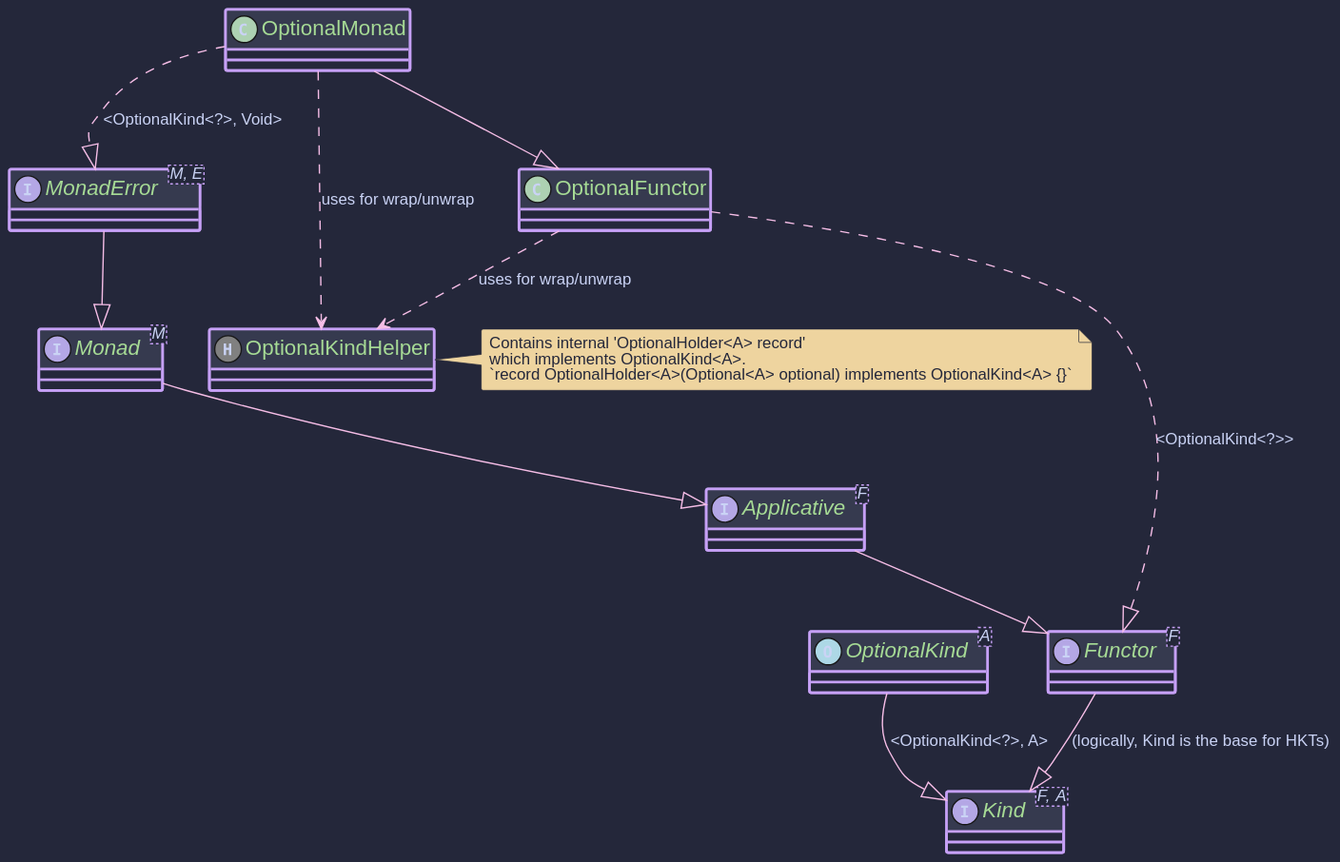
The PlantUML diagram hkj-book/src/images/puml/optional_monad.svg in higher-kinded-j/higher-kinded-j, before a commit. Source of this version:
```plantuml
@startuml
!include https://raw.githubusercontent.com/ncosta-ic/catppuccin-macchiato-plantuml-theme/main/theme.puml

interface "Kind<F, A>" as Kind
interface "Functor<F>" as Functor
interface "Applicative<F>" as Applicative
interface "Monad<M>" as MonadBase
interface "MonadError<M, E>" as MonadErrorBase

interface "OptionalKind<A>" as OptionalKindBase << (O,lightblue) >> {
}

class "OptionalKindHelper" as OptionalKindHelper << (H,grey) >> {
}
note right of OptionalKindHelper
Contains internal 'OptionalHolder<A> record'
which implements OptionalKind<A>.
`record OptionalHolder<A>(Optional<A> optional) implements OptionalKind<A> {}`
end note

class "OptionalFunctor" as OptionalFunctorImpl {
}
class "OptionalMonad" as OptionalMonadImpl {
}

MonadErrorBase --|> MonadBase
MonadBase --|> Applicative
Applicative --|> Functor
Functor --|> Kind : (logically, Kind is the base for HKTs)

OptionalKindBase --|> Kind : <OptionalKind<?>, A>

OptionalFunctorImpl ..|> Functor : <OptionalKind<?>>
OptionalMonadImpl --|> OptionalFunctorImpl
OptionalMonadImpl ..|> MonadErrorBase : <OptionalKind<?>, Void>

OptionalMonadImpl ..> OptionalKindHelper : uses for wrap/unwrap
OptionalFunctorImpl ..> OptionalKindHelper : uses for wrap/unwrap
@enduml
```
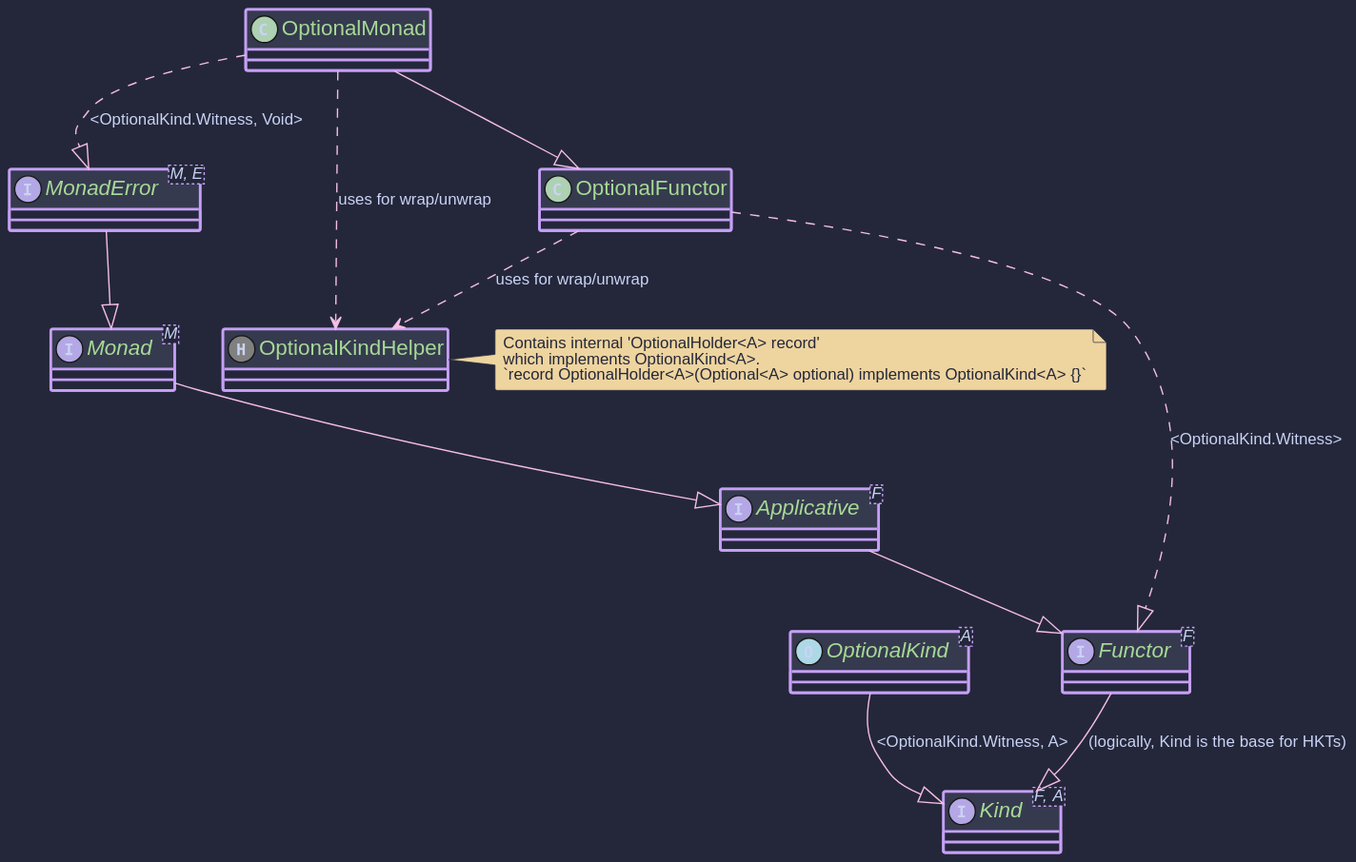
The same diagram one commit later.

Diff of the diagram source:
```diff
@@ -28,11 +28,11 @@
 Applicative --|> Functor
 Functor --|> Kind : (logically, Kind is the base for HKTs)
 
-OptionalKindBase --|> Kind : <OptionalKind<?>, A>
+OptionalKindBase --|> Kind : <OptionalKind.Witness, A>
 
-OptionalFunctorImpl ..|> Functor : <OptionalKind<?>>
+OptionalFunctorImpl ..|> Functor : <OptionalKind.Witness>
 OptionalMonadImpl --|> OptionalFunctorImpl
-OptionalMonadImpl ..|> MonadErrorBase : <OptionalKind<?>, Void>
+OptionalMonadImpl ..|> MonadErrorBase : <OptionalKind.Witness, Void>
 
 OptionalMonadImpl ..> OptionalKindHelper : uses for wrap/unwrap
 OptionalFunctorImpl ..> OptionalKindHelper : uses for wrap/unwrap
```
